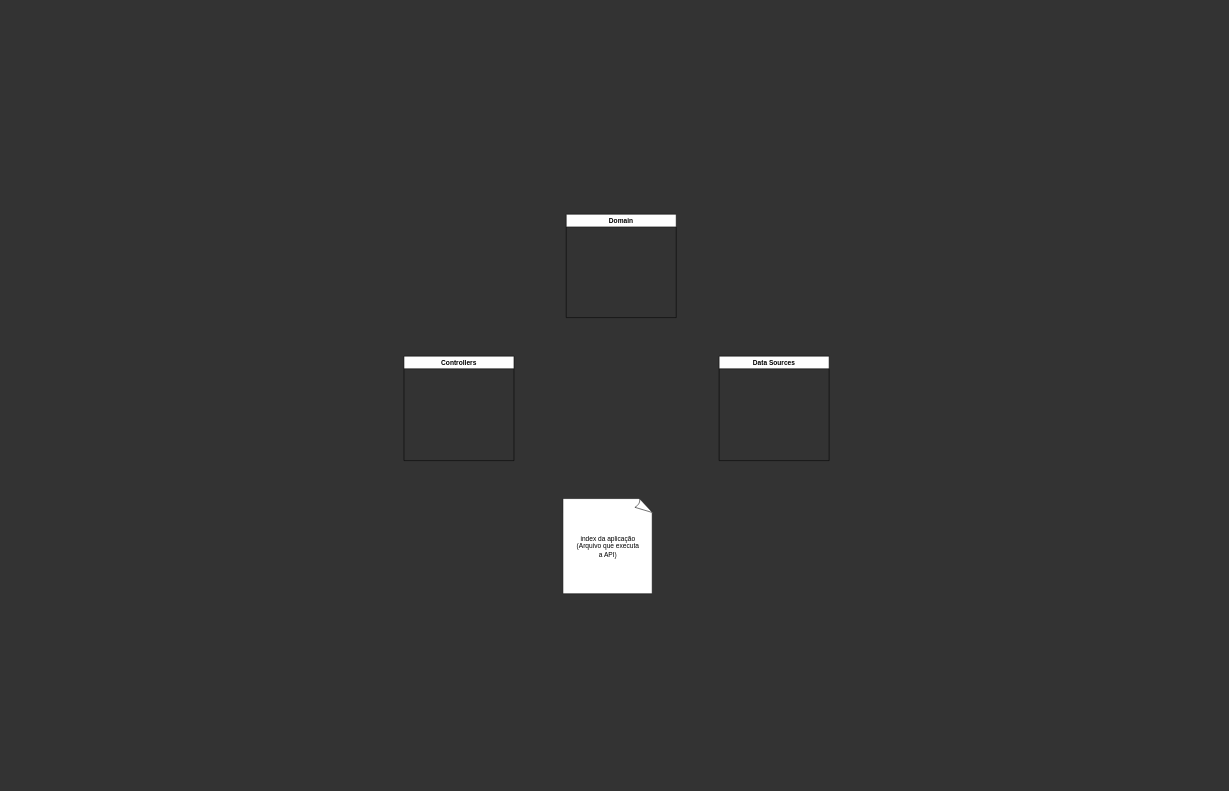
Earlier version of the draw.io diagram docs/diagrama_arquitetura.drawio (geovannamenegasse/biblioteca-de-jogos). Source tidied: cells renumbered, new cells numbered last; positions are measured from the earlier drawing's top-left corner, leaving out a move shared by most shapes. Both pictures are drawn from the tidied source at 55%, with x=0, y=0 at pixel (404, 214).
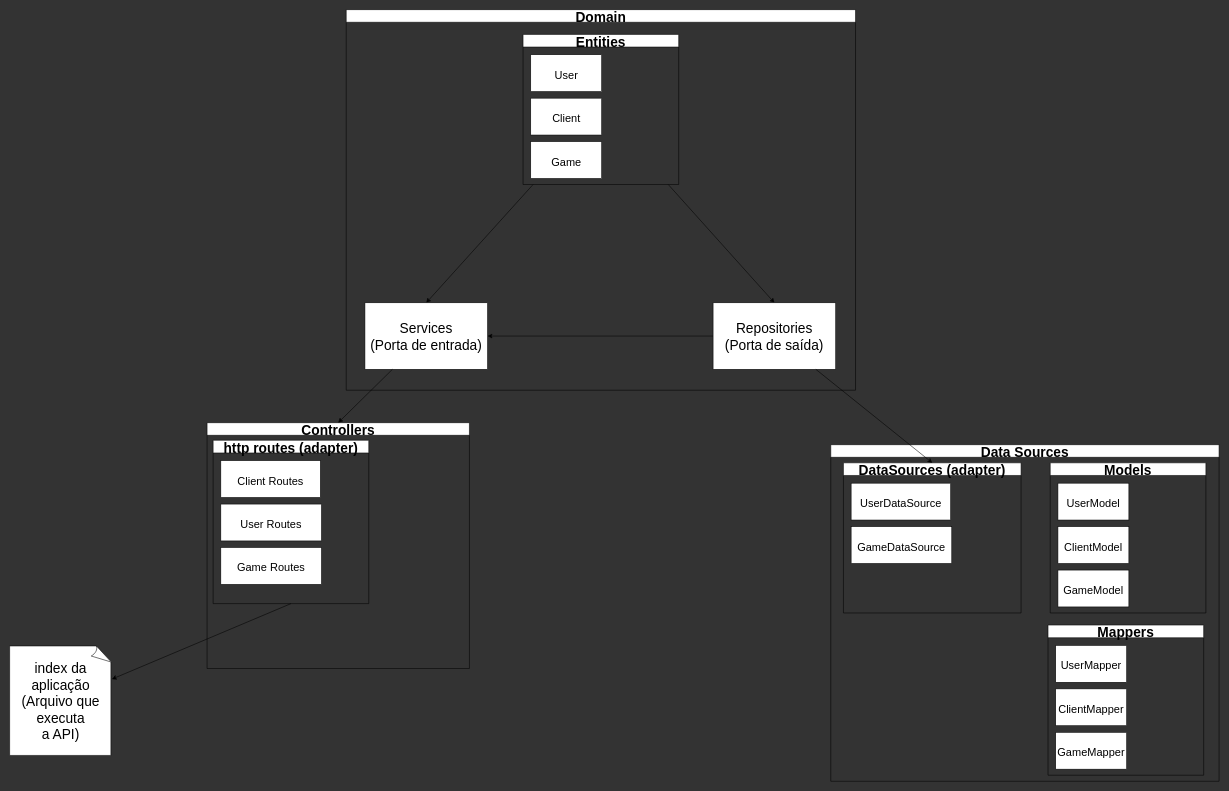
Above is the later version.

Commit message:
finalização do diagrama da arquitetura

The edit, as a diff of the source:
```diff
@@
-    <mxCell id="2" value="Domain" style="swimlane;" parent="1" vertex="1">
-      <mxGeometry x="295" width="200" height="188" as="geometry" />
+    <mxCell id="2" value="Domain" style="swimlane;fontSize=25;" parent="1" vertex="1">
+      <mxGeometry x="-105" y="-372" width="926" height="692" as="geometry" />
     </mxCell>
+    <mxCell id="6" style="edgeStyle=none;html=1;entryX=0.5;entryY=0;entryDx=0;entryDy=0;fontSize=25;" parent="2" edge="1" source="8" target="13">
+      <mxGeometry relative="1" as="geometry" />
+    </mxCell>
+    <mxCell id="7" style="edgeStyle=none;html=1;entryX=0.5;entryY=0;entryDx=0;entryDy=0;fontSize=25;" parent="2" edge="1" source="8" target="14">
+      <mxGeometry relative="1" as="geometry" />
+    </mxCell>
+    <mxCell id="8" value="Entities" style="swimlane;fontSize=25;" parent="2" vertex="1">
+      <mxGeometry x="321.5" y="45" width="283" height="273" as="geometry" />
+    </mxCell>
+    <mxCell id="9" value="&lt;font style=&quot;font-size: 20px&quot;&gt;User&lt;/font&gt;" style="whiteSpace=wrap;html=1;align=center;newEdgeStyle={&quot;edgeStyle&quot;:&quot;elbowEdgeStyle&quot;,&quot;startArrow&quot;:&quot;none&quot;,&quot;endArrow&quot;:&quot;none&quot;};fontSize=25;" parent="8" vertex="1">
+      <mxGeometry x="14" y="37" width="129" height="67" as="geometry" />
+    </mxCell>
+    <mxCell id="10" value="&lt;font style=&quot;font-size: 20px&quot;&gt;Client&lt;/font&gt;" style="whiteSpace=wrap;html=1;align=center;newEdgeStyle={&quot;edgeStyle&quot;:&quot;elbowEdgeStyle&quot;,&quot;startArrow&quot;:&quot;none&quot;,&quot;endArrow&quot;:&quot;none&quot;};fontSize=25;" parent="8" vertex="1">
+      <mxGeometry x="14" y="116" width="129" height="67" as="geometry" />
+    </mxCell>
+    <mxCell id="11" value="&lt;font style=&quot;font-size: 20px&quot;&gt;Game&lt;/font&gt;" style="whiteSpace=wrap;html=1;align=center;newEdgeStyle={&quot;edgeStyle&quot;:&quot;elbowEdgeStyle&quot;,&quot;startArrow&quot;:&quot;none&quot;,&quot;endArrow&quot;:&quot;none&quot;};fontSize=25;" parent="8" vertex="1">
+      <mxGeometry x="14" y="195" width="129" height="67" as="geometry" />
+    </mxCell>
+    <mxCell id="12" style="edgeStyle=none;html=1;fontSize=25;" parent="2" edge="1" source="13" target="14">
+      <mxGeometry relative="1" as="geometry" />
+    </mxCell>
+    <mxCell id="13" value="&lt;font style=&quot;font-size: 25px&quot;&gt;Repositories&lt;br&gt;(Porta de saída)&lt;br&gt;&lt;/font&gt;" style="whiteSpace=wrap;html=1;align=center;newEdgeStyle={&quot;edgeStyle&quot;:&quot;elbowEdgeStyle&quot;,&quot;startArrow&quot;:&quot;none&quot;,&quot;endArrow&quot;:&quot;none&quot;};fontSize=25;" parent="2" vertex="1">
+      <mxGeometry x="667" y="533" width="223" height="121" as="geometry" />
+    </mxCell>
+    <mxCell id="14" value="&lt;font style=&quot;font-size: 25px&quot;&gt;Services&lt;br&gt;(Porta de entrada)&lt;br&gt;&lt;/font&gt;" style="whiteSpace=wrap;html=1;align=center;newEdgeStyle={&quot;edgeStyle&quot;:&quot;elbowEdgeStyle&quot;,&quot;startArrow&quot;:&quot;none&quot;,&quot;endArrow&quot;:&quot;none&quot;};fontSize=25;" parent="2" vertex="1">
+      <mxGeometry x="34" y="533" width="223" height="121" as="geometry" />
+    </mxCell>
+    <mxCell id="15" style="edgeStyle=none;html=1;fontSize=25;exitX=0.5;exitY=1;exitDx=0;exitDy=0;" parent="1" edge="1" source="16" target="5">
+      <mxGeometry relative="1" as="geometry" />
+    </mxCell>
-    <mxCell id="3" value="Controllers" style="swimlane;" parent="1" vertex="1">
-      <mxGeometry y="258" width="200" height="190" as="geometry" />
+    <mxCell id="3" value="Controllers" style="swimlane;fontSize=25;" parent="1" vertex="1">
+      <mxGeometry x="-358" y="379" width="477" height="447" as="geometry" />
     </mxCell>
+    <mxCell id="16" value="http routes (adapter)" style="swimlane;fontSize=25;startSize=23;" parent="3" vertex="1">
+      <mxGeometry x="11" y="32" width="283" height="297" as="geometry" />
+    </mxCell>
+    <mxCell id="17" value="&lt;font style=&quot;font-size: 20px&quot;&gt;Client Routes&lt;/font&gt;" style="whiteSpace=wrap;html=1;align=center;newEdgeStyle={&quot;edgeStyle&quot;:&quot;elbowEdgeStyle&quot;,&quot;startArrow&quot;:&quot;none&quot;,&quot;endArrow&quot;:&quot;none&quot;};fontSize=25;" parent="16" vertex="1">
+      <mxGeometry x="14" y="37" width="181" height="67" as="geometry" />
+    </mxCell>
+    <mxCell id="18" value="&lt;font style=&quot;font-size: 20px&quot;&gt;User Routes&lt;/font&gt;" style="whiteSpace=wrap;html=1;align=center;newEdgeStyle={&quot;edgeStyle&quot;:&quot;elbowEdgeStyle&quot;,&quot;startArrow&quot;:&quot;none&quot;,&quot;endArrow&quot;:&quot;none&quot;};fontSize=25;" parent="16" vertex="1">
+      <mxGeometry x="14" y="116" width="183" height="67" as="geometry" />
+    </mxCell>
+    <mxCell id="19" value="&lt;font style=&quot;font-size: 20px&quot;&gt;Game Routes&lt;/font&gt;" style="whiteSpace=wrap;html=1;align=center;newEdgeStyle={&quot;edgeStyle&quot;:&quot;elbowEdgeStyle&quot;,&quot;startArrow&quot;:&quot;none&quot;,&quot;endArrow&quot;:&quot;none&quot;};fontSize=25;" parent="16" vertex="1">
+      <mxGeometry x="14" y="195" width="183" height="67" as="geometry" />
+    </mxCell>
-    <mxCell id="4" value="Data Sources" style="swimlane;" parent="1" vertex="1">
-      <mxGeometry x="573" y="258" width="200" height="190" as="geometry" />
+    <mxCell id="4" value="Data Sources" style="swimlane;fontSize=25;" parent="1" vertex="1">
+      <mxGeometry x="776" y="419" width="706" height="612" as="geometry" />
     </mxCell>
+    <mxCell id="20" value="Models" style="swimlane;fontSize=25;startSize=23;" parent="4" vertex="1">
+      <mxGeometry x="399" y="33" width="283" height="273" as="geometry" />
+    </mxCell>
+    <mxCell id="21" value="&lt;font style=&quot;font-size: 20px&quot;&gt;UserModel&lt;/font&gt;" style="whiteSpace=wrap;html=1;align=center;newEdgeStyle={&quot;edgeStyle&quot;:&quot;elbowEdgeStyle&quot;,&quot;startArrow&quot;:&quot;none&quot;,&quot;endArrow&quot;:&quot;none&quot;};fontSize=25;" parent="20" vertex="1">
+      <mxGeometry x="14" y="37" width="129" height="67" as="geometry" />
+    </mxCell>
+    <mxCell id="22" value="&lt;font style=&quot;font-size: 20px&quot;&gt;ClientModel&lt;/font&gt;" style="whiteSpace=wrap;html=1;align=center;newEdgeStyle={&quot;edgeStyle&quot;:&quot;elbowEdgeStyle&quot;,&quot;startArrow&quot;:&quot;none&quot;,&quot;endArrow&quot;:&quot;none&quot;};fontSize=25;" parent="20" vertex="1">
+      <mxGeometry x="14" y="116" width="129" height="67" as="geometry" />
+    </mxCell>
+    <mxCell id="23" value="&lt;font style=&quot;font-size: 20px&quot;&gt;GameModel&lt;/font&gt;" style="whiteSpace=wrap;html=1;align=center;newEdgeStyle={&quot;edgeStyle&quot;:&quot;elbowEdgeStyle&quot;,&quot;startArrow&quot;:&quot;none&quot;,&quot;endArrow&quot;:&quot;none&quot;};fontSize=25;" parent="20" vertex="1">
+      <mxGeometry x="14" y="195" width="129" height="67" as="geometry" />
+    </mxCell>
+    <mxCell id="24" value="Mappers" style="swimlane;fontSize=25;startSize=23;" parent="4" vertex="1">
+      <mxGeometry x="395" y="328" width="283" height="273" as="geometry" />
+    </mxCell>
+    <mxCell id="25" value="&lt;font style=&quot;font-size: 20px&quot;&gt;UserMapper&lt;/font&gt;" style="whiteSpace=wrap;html=1;align=center;newEdgeStyle={&quot;edgeStyle&quot;:&quot;elbowEdgeStyle&quot;,&quot;startArrow&quot;:&quot;none&quot;,&quot;endArrow&quot;:&quot;none&quot;};fontSize=25;" parent="24" vertex="1">
+      <mxGeometry x="14" y="37" width="129" height="67" as="geometry" />
+    </mxCell>
+    <mxCell id="26" value="&lt;font style=&quot;font-size: 20px&quot;&gt;ClientMapper&lt;/font&gt;" style="whiteSpace=wrap;html=1;align=center;newEdgeStyle={&quot;edgeStyle&quot;:&quot;elbowEdgeStyle&quot;,&quot;startArrow&quot;:&quot;none&quot;,&quot;endArrow&quot;:&quot;none&quot;};fontSize=25;" parent="24" vertex="1">
+      <mxGeometry x="14" y="116" width="129" height="67" as="geometry" />
+    </mxCell>
+    <mxCell id="27" value="&lt;font style=&quot;font-size: 20px&quot;&gt;GameMapper&lt;/font&gt;" style="whiteSpace=wrap;html=1;align=center;newEdgeStyle={&quot;edgeStyle&quot;:&quot;elbowEdgeStyle&quot;,&quot;startArrow&quot;:&quot;none&quot;,&quot;endArrow&quot;:&quot;none&quot;};fontSize=25;" parent="24" vertex="1">
+      <mxGeometry x="14" y="195" width="129" height="67" as="geometry" />
+    </mxCell>
+    <mxCell id="28" value="DataSources (adapter)" style="swimlane;fontSize=25;startSize=23;" parent="4" vertex="1">
+      <mxGeometry x="23" y="33" width="323" height="273" as="geometry" />
+    </mxCell>
+    <mxCell id="29" value="&lt;font style=&quot;font-size: 20px&quot;&gt;UserDataSource&lt;/font&gt;" style="whiteSpace=wrap;html=1;align=center;newEdgeStyle={&quot;edgeStyle&quot;:&quot;elbowEdgeStyle&quot;,&quot;startArrow&quot;:&quot;none&quot;,&quot;endArrow&quot;:&quot;none&quot;};fontSize=25;" parent="28" vertex="1">
+      <mxGeometry x="14" y="37" width="181" height="67" as="geometry" />
+    </mxCell>
+    <mxCell id="30" value="&lt;font style=&quot;font-size: 20px&quot;&gt;GameDataSource&lt;/font&gt;" style="whiteSpace=wrap;html=1;align=center;newEdgeStyle={&quot;edgeStyle&quot;:&quot;elbowEdgeStyle&quot;,&quot;startArrow&quot;:&quot;none&quot;,&quot;endArrow&quot;:&quot;none&quot;};fontSize=25;" parent="28" vertex="1">
+      <mxGeometry x="14" y="116" width="183" height="67" as="geometry" />
+    </mxCell>
-    <mxCell id="5" value="index da aplicação&lt;br&gt;(Arquivo que executa&lt;br&gt;a API)" style="whiteSpace=wrap;html=1;shape=mxgraph.basic.document;" parent="1" vertex="1">
-      <mxGeometry x="289" y="517" width="164" height="173" as="geometry" />
+    <mxCell id="5" value="index da aplicação&lt;br style=&quot;font-size: 25px;&quot;&gt;(Arquivo que executa&lt;br style=&quot;font-size: 25px;&quot;&gt;a API)" style="whiteSpace=wrap;html=1;shape=mxgraph.basic.document;fontSize=25;" parent="1" vertex="1">
+      <mxGeometry x="-717" y="785" width="186" height="199" as="geometry" />
     </mxCell>
+    <mxCell id="31" style="edgeStyle=none;html=1;entryX=0.5;entryY=0;entryDx=0;entryDy=0;fontSize=25;" parent="1" edge="1" source="14" target="3">
+      <mxGeometry relative="1" as="geometry" />
+    </mxCell>
+    <mxCell id="32" style="edgeStyle=none;html=1;entryX=0.5;entryY=0;entryDx=0;entryDy=0;fontSize=25;" parent="1" edge="1" source="13" target="28">
+      <mxGeometry relative="1" as="geometry" />
+    </mxCell>
```
